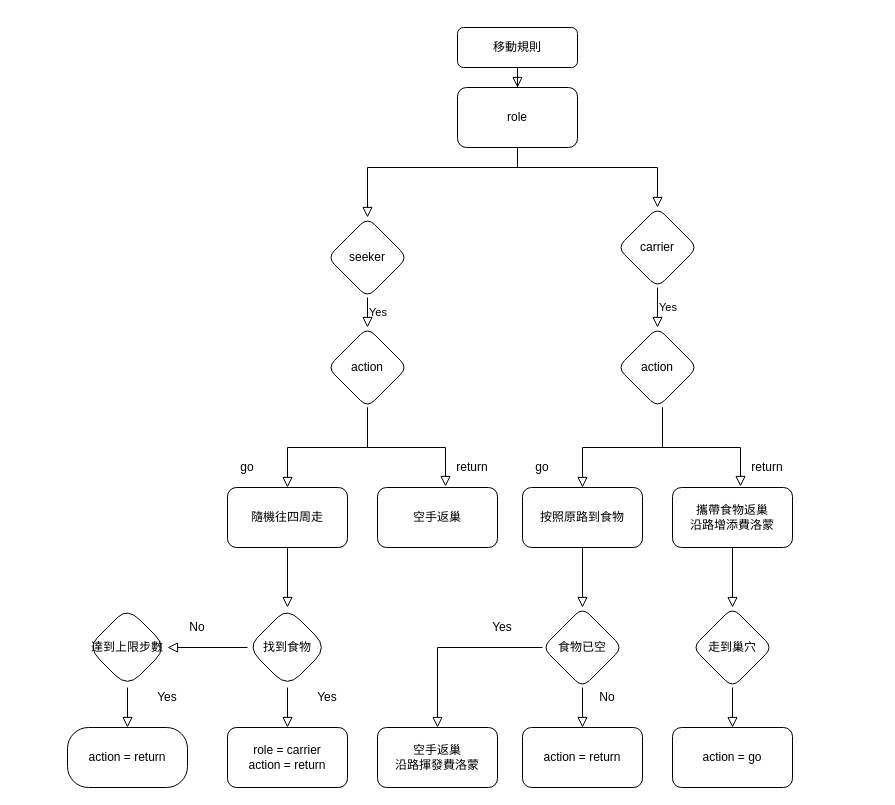
Earlier version of the draw.io diagram page "Page-1" (1 of 2) of Untitled Diagram.drawio (QiuBingCheng/AntColonySimulation). Source tidied: cells renumbered, new cells numbered last; positions are measured from the earlier drawing's top-left corner, leaving out a move shared by most shapes. Both pictures are drawn from the tidied source at 100%, with x=0, y=0 at pixel (67, 27).
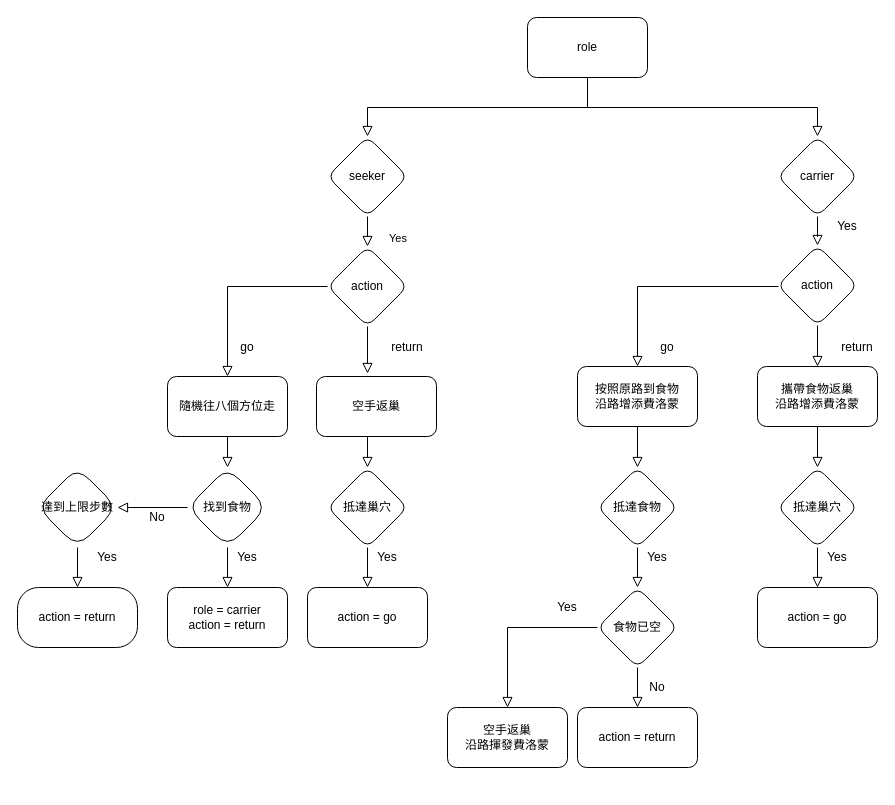
The same page after the edit.

Diff of the diagram source:
```diff
@@
-    <mxCell id="2" style="edgeStyle=orthogonalEdgeStyle;rounded=0;jettySize=auto;html=1;shadow=0;labelBackgroundColor=none;endArrow=block;endFill=0;endSize=8;strokeWidth=1;align=left;" parent="1" edge="1" source="3" target="6">
-      <mxGeometry relative="1" as="geometry" />
-    </mxCell>
-    <mxCell id="3" value="移動規則" style="rounded=1;whiteSpace=wrap;html=1;fontSize=12;glass=0;strokeWidth=1;shadow=0;" parent="1" vertex="1">
-      <mxGeometry x="390" width="120" height="40" as="geometry" />
-    </mxCell>
-    <mxCell id="4" style="edgeStyle=orthogonalEdgeStyle;rounded=0;jettySize=auto;html=1;shadow=0;labelBackgroundColor=none;endArrow=block;endFill=0;endSize=8;strokeWidth=1;align=left;" parent="1" edge="1" target="8">
-      <mxGeometry relative="1" as="geometry">
-        <mxPoint x="450" y="120" as="sourcePoint" />
-        <Array as="points">
-          <mxPoint x="450" y="140" />
-          <mxPoint x="300" y="140" />
-        </Array>
-      </mxGeometry>
-    </mxCell>
     <mxCell id="5" style="edgeStyle=orthogonalEdgeStyle;rounded=0;jettySize=auto;html=1;shadow=0;labelBackgroundColor=none;endArrow=block;endFill=0;endSize=8;strokeWidth=1;align=left;exitX=0.5;exitY=1;exitDx=0;exitDy=0;" parent="1" edge="1" source="6" target="10">
       <mxGeometry relative="1" as="geometry">
         <Array as="points">
-          <mxPoint x="450" y="140" />
-          <mxPoint x="590" y="140" />
+          <mxPoint x="520" y="80" />
+          <mxPoint x="750" y="80" />
         </Array>
       </mxGeometry>
     </mxCell>
+    <mxCell id="48" style="edgeStyle=orthogonalEdgeStyle;rounded=0;jettySize=auto;html=1;shadow=0;labelBackgroundColor=none;endArrow=block;endFill=0;endSize=8;strokeWidth=1;align=left;" parent="1" edge="1" source="6" target="8">
+      <mxGeometry relative="1" as="geometry">
+        <Array as="points">
+          <mxPoint x="520" y="80" />
+          <mxPoint x="300" y="80" />
+        </Array>
+      </mxGeometry>
+    </mxCell>
     <mxCell id="6" value="role" style="whiteSpace=wrap;html=1;rounded=1;shadow=0;strokeWidth=1;glass=0;" parent="1" vertex="1">
-      <mxGeometry x="390" y="60" width="120" height="60" as="geometry" />
+      <mxGeometry x="460" y="-10" width="120" height="60" as="geometry" />
     </mxCell>
     <mxCell id="7" value="Yes" style="edgeStyle=orthogonalEdgeStyle;rounded=0;jettySize=auto;html=1;shadow=0;labelBackgroundColor=none;endArrow=block;endFill=0;endSize=8;strokeWidth=1;align=left;" parent="1" edge="1" source="8" target="13">
-      <mxGeometry relative="1" as="geometry" />
+      <mxGeometry x="0.67" y="20" relative="1" as="geometry" />
     </mxCell>
     <mxCell id="8" value="seeker" style="rhombus;whiteSpace=wrap;html=1;rounded=1;shadow=0;strokeWidth=1;glass=0;" parent="1" vertex="1">
-      <mxGeometry x="260" y="190" width="80" height="80" as="geometry" />
+      <mxGeometry x="260" y="109" width="80" height="80" as="geometry" />
     </mxCell>
-    <mxCell id="9" value="Yes" style="edgeStyle=orthogonalEdgeStyle;rounded=0;jettySize=auto;html=1;shadow=0;labelBackgroundColor=none;endArrow=block;endFill=0;endSize=8;strokeWidth=1;align=left;" parent="1" edge="1" source="10" target="14">
+    <mxCell id="9" style="edgeStyle=orthogonalEdgeStyle;rounded=0;jettySize=auto;html=1;shadow=0;labelBackgroundColor=none;endArrow=block;endFill=0;endSize=8;strokeWidth=1;align=left;entryX=0.5;entryY=0;entryDx=0;entryDy=0;" parent="1" edge="1" source="10" target="14">
       <mxGeometry relative="1" as="geometry" />
     </mxCell>
     <mxCell id="10" value="carrier" style="rhombus;whiteSpace=wrap;html=1;rounded=1;shadow=0;strokeWidth=1;glass=0;" parent="1" vertex="1">
-      <mxGeometry x="550" y="180" width="80" height="80" as="geometry" />
+      <mxGeometry x="710" y="109" width="80" height="80" as="geometry" />
     </mxCell>
@@
-    <mxCell id="12" style="edgeStyle=orthogonalEdgeStyle;rounded=0;jettySize=auto;html=1;entryX=0.567;entryY=-0.017;entryDx=0;entryDy=0;entryPerimeter=0;shadow=0;labelBackgroundColor=none;endArrow=block;endFill=0;endSize=8;strokeWidth=1;align=left;" parent="1" edge="1" source="13" target="17">
-      <mxGeometry relative="1" as="geometry" />
-    </mxCell>
     <mxCell id="13" value="action" style="rhombus;whiteSpace=wrap;html=1;rounded=1;shadow=0;strokeWidth=1;glass=0;" parent="1" vertex="1">
-      <mxGeometry x="260" y="300" width="80" height="80" as="geometry" />
+      <mxGeometry x="260" y="219" width="80" height="80" as="geometry" />
     </mxCell>
+    <mxCell id="49" style="edgeStyle=orthogonalEdgeStyle;rounded=0;jettySize=auto;html=1;shadow=0;labelBackgroundColor=none;endArrow=block;endFill=0;endSize=8;strokeWidth=1;align=left;" parent="1" edge="1" source="14" target="25">
+      <mxGeometry relative="1" as="geometry" />
+    </mxCell>
     <mxCell id="14" value="&lt;span&gt;action&lt;/span&gt;" style="rhombus;whiteSpace=wrap;html=1;rounded=1;shadow=0;strokeWidth=1;glass=0;" parent="1" vertex="1">
-      <mxGeometry x="550" y="300" width="80" height="80" as="geometry" />
+      <mxGeometry x="710" y="218" width="80" height="80" as="geometry" />
     </mxCell>
@@
-    <mxCell id="16" value="隨機往四周走" style="whiteSpace=wrap;html=1;rounded=1;shadow=0;strokeWidth=1;glass=0;" parent="1" vertex="1">
-      <mxGeometry x="160" y="460" width="120" height="60" as="geometry" />
+    <mxCell id="16" value="隨機往八個方位走" style="whiteSpace=wrap;html=1;rounded=1;shadow=0;strokeWidth=1;glass=0;" parent="1" vertex="1">
+      <mxGeometry x="100" y="349" width="120" height="60" as="geometry" />
     </mxCell>
-    <mxCell id="17" value="空手返巢" style="whiteSpace=wrap;html=1;rounded=1;shadow=0;strokeWidth=1;glass=0;" parent="1" vertex="1">
-      <mxGeometry x="310" y="460" width="120" height="60" as="geometry" />
-    </mxCell>
+    <mxCell id="12" style="edgeStyle=orthogonalEdgeStyle;rounded=0;jettySize=auto;html=1;shadow=0;labelBackgroundColor=none;endArrow=block;endFill=0;endSize=8;strokeWidth=1;align=left;entryX=0.425;entryY=-0.05;entryDx=0;entryDy=0;entryPerimeter=0;" parent="1" edge="1" source="13" target="17">
+      <mxGeometry relative="1" as="geometry" />
+    </mxCell>
     <mxCell id="18" value="go" style="text;html=1;strokeColor=none;fillColor=none;align=center;verticalAlign=middle;whiteSpace=wrap;rounded=0;fontColor=#000000;" parent="1" vertex="1">
-      <mxGeometry x="160" y="430" width="40" height="20" as="geometry" />
+      <mxGeometry x="160" y="310" width="40" height="20" as="geometry" />
     </mxCell>
-    <mxCell id="19" value="return" style="text;html=1;strokeColor=none;fillColor=none;align=center;verticalAlign=middle;whiteSpace=wrap;rounded=0;fontColor=#000000;" parent="1" vertex="1">
-      <mxGeometry x="385" y="430" width="40" height="20" as="geometry" />
-    </mxCell>
-    <mxCell id="20" style="edgeStyle=orthogonalEdgeStyle;rounded=0;jettySize=auto;html=1;shadow=0;labelBackgroundColor=none;endArrow=block;endFill=0;endSize=8;strokeWidth=1;align=left;" parent="1" edge="1" target="23">
+    <mxCell id="20" style="edgeStyle=orthogonalEdgeStyle;rounded=0;jettySize=auto;html=1;shadow=0;labelBackgroundColor=none;endArrow=block;endFill=0;endSize=8;strokeWidth=1;align=left;" parent="1" edge="1" source="14" target="23">
       <mxGeometry relative="1" as="geometry">
-        <mxPoint x="595" y="380" as="sourcePoint" />
         <Array as="points">
-          <mxPoint x="595" y="420" />
-          <mxPoint x="515" y="420" />
+          <mxPoint x="570" y="259" />
         </Array>
       </mxGeometry>
     </mxCell>
-    <mxCell id="21" style="edgeStyle=orthogonalEdgeStyle;rounded=0;jettySize=auto;html=1;entryX=0.567;entryY=-0.017;entryDx=0;entryDy=0;entryPerimeter=0;shadow=0;labelBackgroundColor=none;endArrow=block;endFill=0;endSize=8;strokeWidth=1;align=left;" parent="1" edge="1" target="25">
-      <mxGeometry relative="1" as="geometry">
-        <mxPoint x="595" y="380" as="sourcePoint" />
-        <Array as="points">
-          <mxPoint x="595" y="420" />
-          <mxPoint x="673" y="420" />
-        </Array>
-      </mxGeometry>
-    </mxCell>
@@
-    <mxCell id="23" value="按照原路到食物" style="whiteSpace=wrap;html=1;rounded=1;shadow=0;strokeWidth=1;glass=0;" parent="1" vertex="1">
-      <mxGeometry x="455" y="460" width="120" height="60" as="geometry" />
+    <mxCell id="23" value="按照原路到食物&lt;br&gt;沿路增添費洛蒙" style="whiteSpace=wrap;html=1;rounded=1;shadow=0;strokeWidth=1;glass=0;" parent="1" vertex="1">
+      <mxGeometry x="510" y="339" width="120" height="60" as="geometry" />
     </mxCell>
@@
     <mxCell id="25" value="攜帶食物返巢&lt;br&gt;沿路增添費洛蒙" style="whiteSpace=wrap;html=1;rounded=1;shadow=0;strokeWidth=1;glass=0;" parent="1" vertex="1">
-      <mxGeometry x="605" y="460" width="120" height="60" as="geometry" />
+      <mxGeometry x="690" y="339" width="120" height="60" as="geometry" />
     </mxCell>
     <mxCell id="26" value="go" style="text;html=1;strokeColor=none;fillColor=none;align=center;verticalAlign=middle;whiteSpace=wrap;rounded=0;fontColor=#000000;" parent="1" vertex="1">
-      <mxGeometry x="455" y="430" width="40" height="20" as="geometry" />
+      <mxGeometry x="580" y="310" width="40" height="20" as="geometry" />
     </mxCell>
     <mxCell id="27" value="return" style="text;html=1;strokeColor=none;fillColor=none;align=center;verticalAlign=middle;whiteSpace=wrap;rounded=0;fontColor=#000000;" parent="1" vertex="1">
-      <mxGeometry x="680" y="430" width="40" height="20" as="geometry" />
+      <mxGeometry x="770" y="310" width="40" height="20" as="geometry" />
     </mxCell>
@@
     <mxCell id="30" value="找到食物" style="rhombus;whiteSpace=wrap;html=1;rounded=1;shadow=0;strokeWidth=1;glass=0;arcSize=35;" parent="1" vertex="1">
-      <mxGeometry x="180" y="580" width="80" height="80" as="geometry" />
+      <mxGeometry x="120" y="440" width="80" height="80" as="geometry" />
     </mxCell>
     <mxCell id="31" value="role = carrier&lt;br&gt;action = return" style="whiteSpace=wrap;html=1;rounded=1;shadow=0;strokeWidth=1;glass=0;" parent="1" vertex="1">
-      <mxGeometry x="160" y="700" width="120" height="60" as="geometry" />
+      <mxGeometry x="100" y="560" width="120" height="60" as="geometry" />
     </mxCell>
-    <mxCell id="32" style="edgeStyle=orthogonalEdgeStyle;rounded=0;jettySize=auto;html=1;shadow=0;labelBackgroundColor=none;endArrow=block;endFill=0;endSize=8;strokeWidth=1;align=left;" parent="1" edge="1" source="34" target="35">
-      <mxGeometry relative="1" as="geometry" />
+    <mxCell id="32" style="edgeStyle=orthogonalEdgeStyle;rounded=0;jettySize=auto;html=1;shadow=0;labelBackgroundColor=none;endArrow=block;endFill=0;endSize=8;strokeWidth=1;align=left;exitX=0;exitY=0.5;exitDx=0;exitDy=0;" parent="1" edge="1" source="60" target="35">
+      <mxGeometry relative="1" as="geometry">
+        <Array as="points">
+          <mxPoint x="440" y="600" />
+        </Array>
+      </mxGeometry>
     </mxCell>
-    <mxCell id="33" style="edgeStyle=orthogonalEdgeStyle;rounded=0;jettySize=auto;html=1;shadow=0;labelBackgroundColor=none;endArrow=block;endFill=0;endSize=8;strokeWidth=1;align=left;" parent="1" edge="1" source="34" target="38">
-      <mxGeometry relative="1" as="geometry" />
-    </mxCell>
+    <mxCell id="50" style="edgeStyle=orthogonalEdgeStyle;rounded=0;jettySize=auto;html=1;shadow=0;labelBackgroundColor=none;endArrow=block;endFill=0;endSize=8;strokeWidth=1;align=left;" parent="1" edge="1" source="34" target="60">
+      <mxGeometry relative="1" as="geometry" />
+    </mxCell>
-    <mxCell id="34" value="食物已空" style="rhombus;whiteSpace=wrap;html=1;rounded=1;shadow=0;strokeWidth=1;glass=0;" parent="1" vertex="1">
-      <mxGeometry x="475" y="580" width="80" height="80" as="geometry" />
+    <mxCell id="34" value="抵達食物" style="rhombus;whiteSpace=wrap;html=1;rounded=1;shadow=0;strokeWidth=1;glass=0;" parent="1" vertex="1">
+      <mxGeometry x="530" y="440" width="80" height="80" as="geometry" />
     </mxCell>
     <mxCell id="35" value="空手返巢&lt;br&gt;沿路揮發費洛蒙" style="whiteSpace=wrap;html=1;rounded=1;shadow=0;strokeWidth=1;glass=0;" parent="1" vertex="1">
-      <mxGeometry x="310" y="700" width="120" height="60" as="geometry" />
+      <mxGeometry x="380" y="680" width="120" height="60" as="geometry" />
     </mxCell>
-    <mxCell id="36" value="Yes" style="text;html=1;strokeColor=none;fillColor=none;align=center;verticalAlign=middle;whiteSpace=wrap;rounded=0;fontColor=#000000;" parent="1" vertex="1">
-      <mxGeometry x="415" y="590" width="40" height="20" as="geometry" />
-    </mxCell>
-    <mxCell id="37" value="Yes" style="text;html=1;strokeColor=none;fillColor=none;align=center;verticalAlign=middle;whiteSpace=wrap;rounded=0;fontColor=#000000;" parent="1" vertex="1">
-      <mxGeometry x="240" y="660" width="40" height="20" as="geometry" />
-    </mxCell>
     <mxCell id="38" value="action = return" style="whiteSpace=wrap;html=1;rounded=1;shadow=0;strokeWidth=1;glass=0;" parent="1" vertex="1">
-      <mxGeometry x="455" y="700" width="120" height="60" as="geometry" />
+      <mxGeometry x="510" y="680" width="120" height="60" as="geometry" />
     </mxCell>
-    <mxCell id="39" value="No" style="text;html=1;strokeColor=none;fillColor=none;align=center;verticalAlign=middle;whiteSpace=wrap;rounded=0;fontColor=#000000;" parent="1" vertex="1">
-      <mxGeometry x="520" y="660" width="40" height="20" as="geometry" />
-    </mxCell>
@@
     <mxCell id="41" value="達到上限步數" style="rhombus;whiteSpace=wrap;html=1;rounded=1;shadow=0;strokeWidth=1;glass=0;arcSize=35;" parent="1" vertex="1">
-      <mxGeometry x="20" y="580" width="80" height="80" as="geometry" />
+      <mxGeometry x="-30" y="440" width="80" height="80" as="geometry" />
     </mxCell>
     <mxCell id="42" value="action = return" style="whiteSpace=wrap;html=1;rounded=1;shadow=0;strokeWidth=1;glass=0;arcSize=35;" parent="1" vertex="1">
-      <mxGeometry y="700" width="120" height="60" as="geometry" />
+      <mxGeometry x="-50" y="560" width="120" height="60" as="geometry" />
     </mxCell>
     <mxCell id="43" value="Yes" style="text;html=1;strokeColor=none;fillColor=none;align=center;verticalAlign=middle;whiteSpace=wrap;rounded=0;fontColor=#000000;" parent="1" vertex="1">
-      <mxGeometry x="80" y="660" width="40" height="20" as="geometry" />
+      <mxGeometry x="160" y="520" width="40" height="20" as="geometry" />
     </mxCell>
     <mxCell id="44" value="No" style="text;html=1;strokeColor=none;fillColor=none;align=center;verticalAlign=middle;whiteSpace=wrap;rounded=0;fontColor=#000000;" parent="1" vertex="1">
-      <mxGeometry x="110" y="590" width="40" height="20" as="geometry" />
+      <mxGeometry x="70" y="480" width="40" height="20" as="geometry" />
     </mxCell>
@@
-    <mxCell id="46" value="走到巢穴" style="rhombus;whiteSpace=wrap;html=1;rounded=1;shadow=0;strokeWidth=1;glass=0;" parent="1" vertex="1">
-      <mxGeometry x="625" y="580" width="80" height="80" as="geometry" />
+    <mxCell id="46" value="抵達巢穴" style="rhombus;whiteSpace=wrap;html=1;rounded=1;shadow=0;strokeWidth=1;glass=0;" parent="1" vertex="1">
+      <mxGeometry x="710" y="440" width="80" height="80" as="geometry" />
     </mxCell>
     <mxCell id="47" value="&lt;span&gt;action = go&lt;/span&gt;" style="whiteSpace=wrap;html=1;rounded=1;shadow=0;strokeWidth=1;glass=0;" parent="1" vertex="1">
-      <mxGeometry x="605" y="700" width="120" height="60" as="geometry" />
+      <mxGeometry x="690" y="560" width="120" height="60" as="geometry" />
     </mxCell>
+    <mxCell id="51" value="Yes" style="text;html=1;strokeColor=none;fillColor=none;align=center;verticalAlign=middle;whiteSpace=wrap;rounded=0;fontColor=#000000;" parent="1" vertex="1">
+      <mxGeometry x="750" y="520" width="40" height="20" as="geometry" />
+    </mxCell>
+    <mxCell id="17" value="空手返巢" style="whiteSpace=wrap;html=1;rounded=1;shadow=0;strokeWidth=1;glass=0;" parent="1" vertex="1">
+      <mxGeometry x="249" y="349" width="120" height="60" as="geometry" />
+    </mxCell>
+    <mxCell id="19" value="return" style="text;html=1;strokeColor=none;fillColor=none;align=center;verticalAlign=middle;whiteSpace=wrap;rounded=0;fontColor=#000000;" parent="1" vertex="1">
+      <mxGeometry x="320" y="310" width="40" height="20" as="geometry" />
+    </mxCell>
+    <mxCell id="52" value="Yes" style="text;html=1;strokeColor=none;fillColor=none;align=center;verticalAlign=middle;whiteSpace=wrap;rounded=0;fontColor=#000000;" parent="1" vertex="1">
+      <mxGeometry x="300" y="520" width="40" height="20" as="geometry" />
+    </mxCell>
+    <mxCell id="53" style="edgeStyle=orthogonalEdgeStyle;rounded=0;jettySize=auto;html=1;shadow=0;labelBackgroundColor=none;endArrow=block;endFill=0;endSize=8;strokeWidth=1;align=left;" parent="1" edge="1" source="17" target="55">
+      <mxGeometry relative="1" as="geometry">
+        <Array as="points">
+          <mxPoint x="300" y="430" />
+          <mxPoint x="300" y="430" />
+        </Array>
+      </mxGeometry>
+    </mxCell>
+    <mxCell id="54" style="edgeStyle=orthogonalEdgeStyle;rounded=0;jettySize=auto;html=1;shadow=0;labelBackgroundColor=none;endArrow=block;endFill=0;endSize=8;strokeWidth=1;align=left;" parent="1" edge="1" source="55" target="56">
+      <mxGeometry relative="1" as="geometry" />
+    </mxCell>
+    <mxCell id="55" value="抵達巢穴" style="rhombus;whiteSpace=wrap;html=1;rounded=1;shadow=0;strokeWidth=1;glass=0;" parent="1" vertex="1">
+      <mxGeometry x="260" y="440" width="80" height="80" as="geometry" />
+    </mxCell>
+    <mxCell id="56" value="action = go" style="whiteSpace=wrap;html=1;rounded=1;shadow=0;strokeWidth=1;glass=0;" parent="1" vertex="1">
+      <mxGeometry x="240" y="560" width="120" height="60" as="geometry" />
+    </mxCell>
+    <mxCell id="57" value="Yes" style="text;html=1;strokeColor=none;fillColor=none;align=center;verticalAlign=middle;whiteSpace=wrap;rounded=0;fontColor=#000000;" parent="1" vertex="1">
+      <mxGeometry x="20" y="520" width="40" height="20" as="geometry" />
+    </mxCell>
+    <mxCell id="58" value="Yes" style="text;html=1;strokeColor=none;fillColor=none;align=center;verticalAlign=middle;whiteSpace=wrap;rounded=0;fontColor=#000000;" parent="1" vertex="1">
+      <mxGeometry x="760" y="189" width="40" height="20" as="geometry" />
+    </mxCell>
+    <mxCell id="59" style="edgeStyle=orthogonalEdgeStyle;rounded=0;jettySize=auto;html=1;shadow=0;labelBackgroundColor=none;endArrow=block;endFill=0;endSize=8;strokeWidth=1;align=left;" parent="1" edge="1" source="60" target="38">
+      <mxGeometry relative="1" as="geometry" />
+    </mxCell>
+    <mxCell id="60" value="食物已空" style="rhombus;whiteSpace=wrap;html=1;rounded=1;shadow=0;strokeWidth=1;glass=0;" parent="1" vertex="1">
+      <mxGeometry x="530" y="560" width="80" height="80" as="geometry" />
+    </mxCell>
+    <mxCell id="61" value="Yes" style="text;html=1;strokeColor=none;fillColor=none;align=center;verticalAlign=middle;whiteSpace=wrap;rounded=0;fontColor=#000000;" parent="1" vertex="1">
+      <mxGeometry x="570" y="520" width="40" height="20" as="geometry" />
+    </mxCell>
+    <mxCell id="39" value="No" style="text;html=1;strokeColor=none;fillColor=none;align=center;verticalAlign=middle;whiteSpace=wrap;rounded=0;fontColor=#000000;" parent="1" vertex="1">
+      <mxGeometry x="570" y="650" width="40" height="20" as="geometry" />
+    </mxCell>
+    <mxCell id="62" value="Yes" style="text;html=1;strokeColor=none;fillColor=none;align=center;verticalAlign=middle;whiteSpace=wrap;rounded=0;fontColor=#000000;" parent="1" vertex="1">
+      <mxGeometry x="480" y="570" width="40" height="20" as="geometry" />
+    </mxCell>
```
